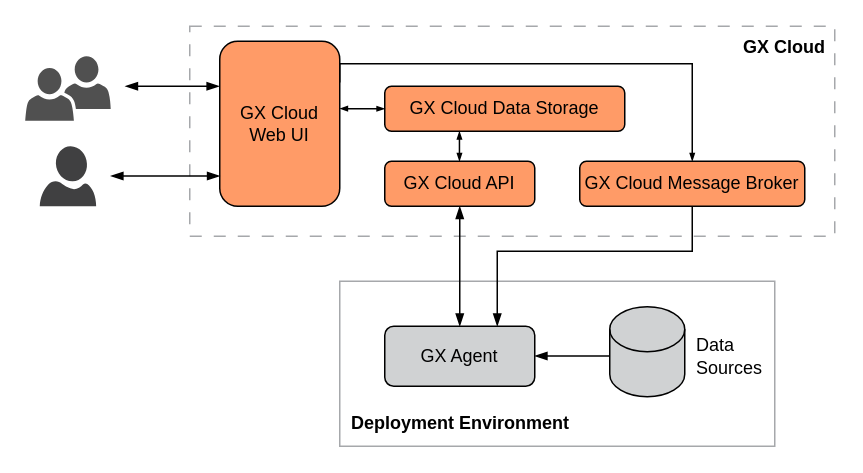
The draw.io diagram page "org-hosted-cloud-only" (2 of 5) of docs/docusaurus/docs/cloud/architecture_deployment_images/gx_cloud_architecture_and_deployment_diagrams.drawio in great-expectations/great_expectations, before the edit. Source tidied: cells renumbered, new cells numbered last; positions are measured from the earlier drawing's top-left corner, leaving out a move shared by most shapes. Both pictures are drawn from the tidied source at 150%, with x=0, y=0 at pixel (24, 26).
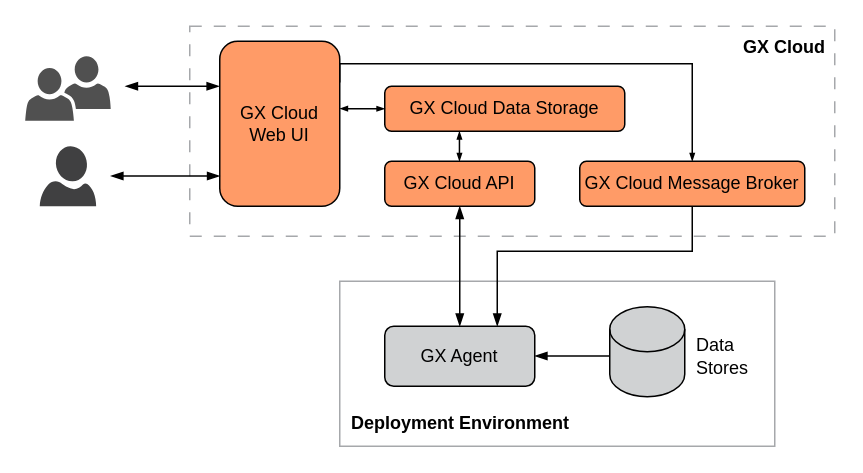
Above is the later version.

What changed in the source:
```diff
@@
-    <mxCell id="5" value="Data Sources" style="text;html=1;strokeColor=none;fillColor=none;align=left;verticalAlign=middle;whiteSpace=wrap;rounded=0;" parent="1" vertex="1">
+    <mxCell id="5" value="Data Stores" style="text;html=1;strokeColor=none;fillColor=none;align=left;verticalAlign=middle;whiteSpace=wrap;rounded=0;" parent="1" vertex="1">
       <mxGeometry x="446" y="205" width="52.5" height="30" as="geometry" />
     </mxCell>
```
